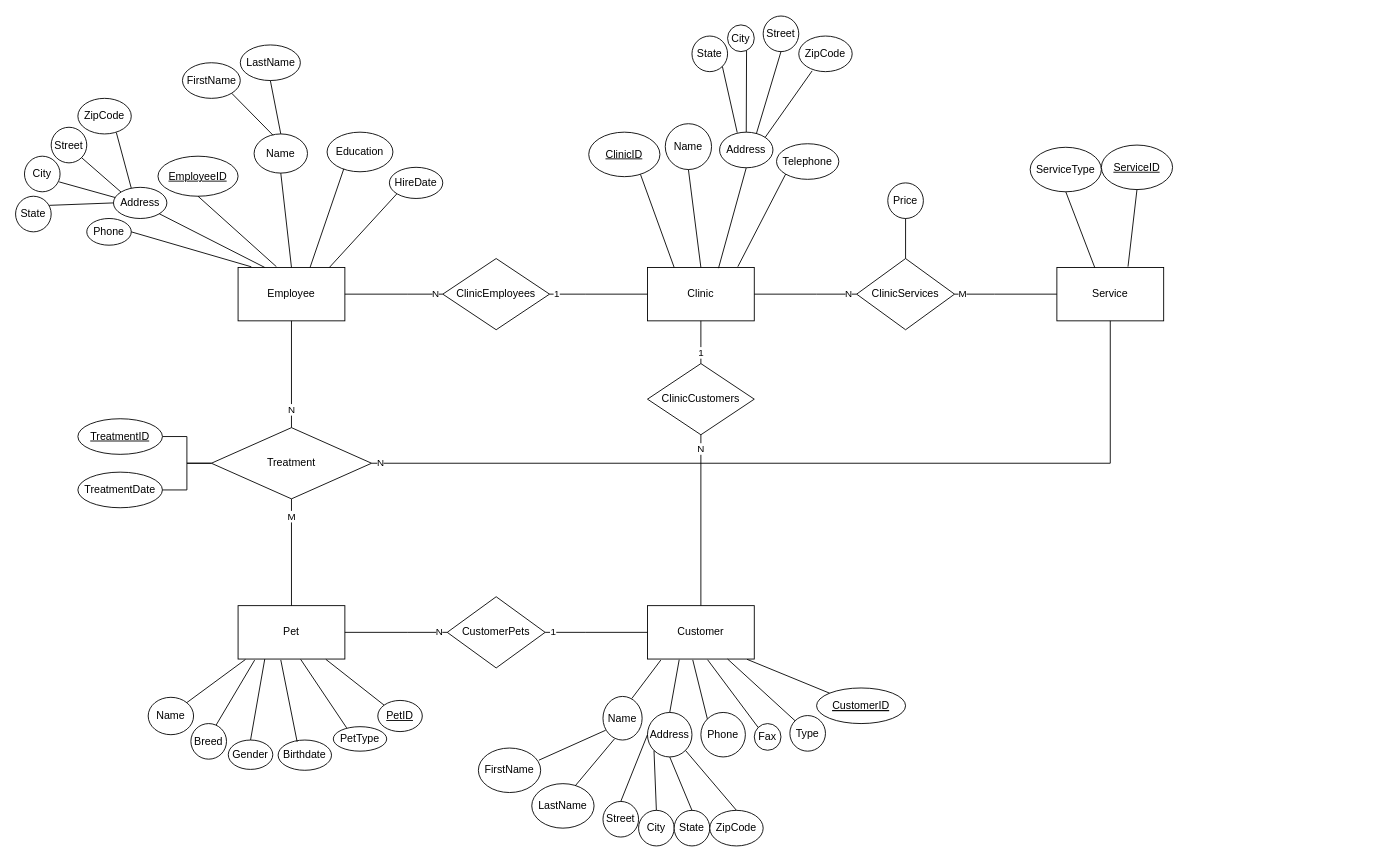
The draw.io diagram Databas_Labb2.drawio in null15/Database_University, before the edit. Source tidied: cells renumbered, new cells numbered last; positions are measured from the earlier drawing's top-left corner, leaving out a move shared by most shapes. Both pictures are drawn from the tidied source at 89%, with x=0, y=0 at pixel (15, 16).
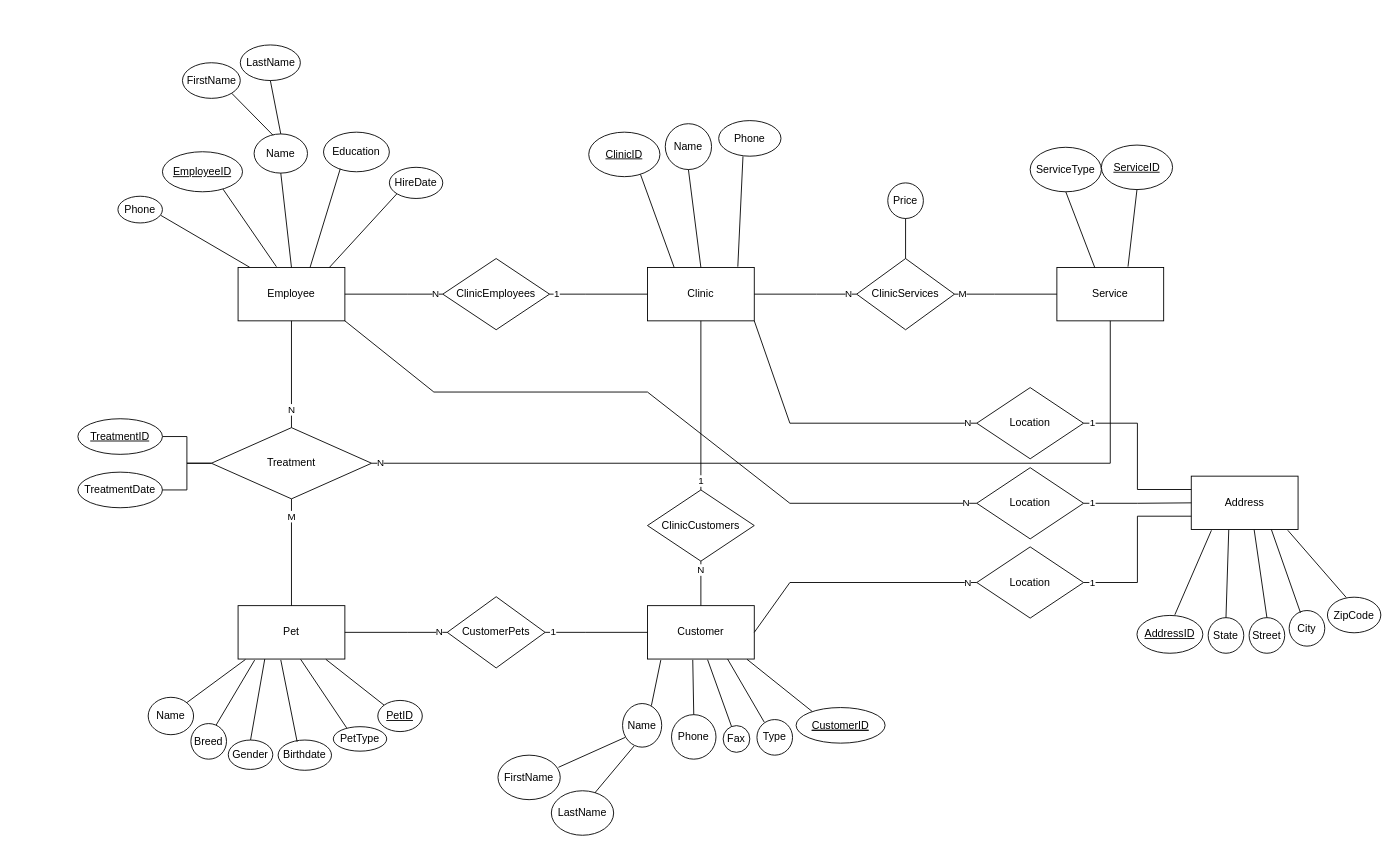
After the change.

The change refers to these unchanged cells:
```xml
<mxCell id="2" value="Customer" style="rounded=0;whiteSpace=wrap;html=1;" parent="1" vertex="1">
  <mxGeometry x="710" y="662" width="120" height="60" as="geometry" />
</mxCell>
<mxCell id="3" value="Clinic" style="rounded=0;whiteSpace=wrap;html=1;" parent="1" vertex="1">
  <mxGeometry x="710" y="282" width="120" height="60" as="geometry" />
</mxCell>
<mxCell id="5" value="Employee" style="rounded=0;whiteSpace=wrap;html=1;" parent="1" vertex="1">
  <mxGeometry x="250" y="282" width="120" height="60" as="geometry" />
</mxCell>
```

Diff of the diagram source:
```diff
@@
     <mxCell id="9" value="ClinicCustomers" style="shape=rhombus;perimeter=rhombusPerimeter;whiteSpace=wrap;html=1;align=center;" parent="1" vertex="1">
-      <mxGeometry x="710" y="390" width="120" height="80" as="geometry" />
+      <mxGeometry x="710" y="532" width="120" height="80" as="geometry" />
     </mxCell>
     <mxCell id="10" value="N" style="endArrow=none;html=1;rounded=0;entryX=0.5;entryY=1;entryDx=0;entryDy=0;exitX=0.5;exitY=0;exitDx=0;exitDy=0;" parent="1" edge="1" source="2" target="9">
-      <mxGeometry x="0.83" relative="1" as="geometry" />
+      <mxGeometry x="0.6" relative="1" as="geometry" />
     </mxCell>
@@
     <mxCell id="20" value="Name" style="ellipse;whiteSpace=wrap;html=1;" parent="1" vertex="1">
-      <mxGeometry x="660" y="764" width="44" height="49" as="geometry" />
+      <mxGeometry x="682" y="772" width="44" height="49" as="geometry" />
     </mxCell>
     <mxCell id="21" value="FirstName" style="ellipse;whiteSpace=wrap;html=1;" parent="1" vertex="1">
-      <mxGeometry x="520" y="822" width="70" height="50" as="geometry" />
+      <mxGeometry x="542" y="830" width="70" height="50" as="geometry" />
     </mxCell>
     <mxCell id="22" value="LastName" style="ellipse;whiteSpace=wrap;html=1;" parent="1" vertex="1">
-      <mxGeometry x="580" y="862" width="70" height="50" as="geometry" />
+      <mxGeometry x="602" y="870" width="70" height="50" as="geometry" />
     </mxCell>
@@
-    <mxCell id="26" value="Address" style="ellipse;whiteSpace=wrap;html=1;" parent="1" vertex="1">
-      <mxGeometry x="710" y="782" width="50" height="50" as="geometry" />
-    </mxCell>
-    <mxCell id="27" style="endArrow=none;html=1;rounded=0;entryX=0.297;entryY=1.013;entryDx=0;entryDy=0;exitX=0.5;exitY=0;exitDx=0;exitDy=0;entryPerimeter=0;" parent="1" edge="1" source="26" target="2">
-      <mxGeometry relative="1" as="geometry" />
-    </mxCell>
     <mxCell id="28" value="Street" style="ellipse;whiteSpace=wrap;html=1;" parent="1" vertex="1">
-      <mxGeometry x="660" y="882" width="40" height="40" as="geometry" />
+      <mxGeometry x="1386" y="675.5" width="40" height="40" as="geometry" />
     </mxCell>
-    <mxCell id="29" style="endArrow=none;html=1;rounded=0;entryX=0;entryY=0.5;entryDx=0;entryDy=0;exitX=0.5;exitY=0;exitDx=0;exitDy=0;" parent="1" edge="1" source="28" target="26">
-      <mxGeometry relative="1" as="geometry" />
-    </mxCell>
     <mxCell id="30" value="City" style="ellipse;whiteSpace=wrap;html=1;" parent="1" vertex="1">
-      <mxGeometry x="700" y="892" width="40" height="40" as="geometry" />
+      <mxGeometry x="1431" y="667.5" width="40" height="40" as="geometry" />
     </mxCell>
     <mxCell id="31" value="State" style="ellipse;whiteSpace=wrap;html=1;" parent="1" vertex="1">
-      <mxGeometry x="740" y="892" width="40" height="40" as="geometry" />
+      <mxGeometry x="1340" y="675.5" width="40" height="40" as="geometry" />
     </mxCell>
     <mxCell id="32" value="ZipCode" style="ellipse;whiteSpace=wrap;html=1;" parent="1" vertex="1">
-      <mxGeometry x="780" y="892" width="60" height="40" as="geometry" />
+      <mxGeometry x="1474" y="652.5" width="60" height="40" as="geometry" />
     </mxCell>
-    <mxCell id="33" style="endArrow=none;html=1;rounded=0;entryX=0;entryY=1;entryDx=0;entryDy=0;exitX=0.5;exitY=0;exitDx=0;exitDy=0;" parent="1" edge="1" source="30" target="26">
-      <mxGeometry relative="1" as="geometry" />
-    </mxCell>
-    <mxCell id="34" style="endArrow=none;html=1;rounded=0;exitX=0.5;exitY=0;exitDx=0;exitDy=0;entryX=0.5;entryY=1;entryDx=0;entryDy=0;" parent="1" edge="1" source="31" target="26">
-      <mxGeometry relative="1" as="geometry" />
-    </mxCell>
-    <mxCell id="35" style="endArrow=none;html=1;rounded=0;entryX=1;entryY=1;entryDx=0;entryDy=0;exitX=0.5;exitY=0;exitDx=0;exitDy=0;" parent="1" edge="1" source="32" target="26">
-      <mxGeometry relative="1" as="geometry" />
-    </mxCell>
     <mxCell id="36" value="Phone" style="ellipse;whiteSpace=wrap;html=1;" parent="1" vertex="1">
-      <mxGeometry x="770" y="782" width="50" height="50" as="geometry" />
+      <mxGeometry x="737" y="784.5" width="50" height="50" as="geometry" />
     </mxCell>
     <mxCell id="37" value="Fax" style="ellipse;whiteSpace=wrap;html=1;" parent="1" vertex="1">
-      <mxGeometry x="830" y="794.5" width="30" height="30" as="geometry" />
+      <mxGeometry x="795" y="796.8" width="30" height="30" as="geometry" />
     </mxCell>
-    <mxCell id="38" style="endArrow=none;html=1;rounded=0;exitX=0;exitY=0;exitDx=0;exitDy=0;entryX=0.424;entryY=1.016;entryDx=0;entryDy=0;entryPerimeter=0;" parent="1" edge="1" source="36" target="2">
+    <mxCell id="38" style="endArrow=none;html=1;rounded=0;exitX=0.5;exitY=0;exitDx=0;exitDy=0;entryX=0.424;entryY=1.016;entryDx=0;entryDy=0;entryPerimeter=0;" parent="1" edge="1" source="36" target="2">
       <mxGeometry relative="1" as="geometry" />
     </mxCell>
-    <mxCell id="39" style="endArrow=none;html=1;rounded=0;exitX=0;exitY=0;exitDx=0;exitDy=0;entryX=0.563;entryY=1.013;entryDx=0;entryDy=0;entryPerimeter=0;" parent="1" edge="1" source="37" target="2">
+    <mxCell id="39" style="endArrow=none;html=1;rounded=0;exitX=0.317;exitY=0.036;exitDx=0;exitDy=0;entryX=0.563;entryY=1.013;entryDx=0;entryDy=0;entryPerimeter=0;exitPerimeter=0;" parent="1" edge="1" source="37" target="2">
       <mxGeometry relative="1" as="geometry" />
     </mxCell>
     <mxCell id="40" value="Type" style="ellipse;whiteSpace=wrap;html=1;" parent="1" vertex="1">
-      <mxGeometry x="870" y="785.5" width="40" height="40" as="geometry" />
+      <mxGeometry x="833" y="790" width="40" height="40" as="geometry" />
     </mxCell>
-    <mxCell id="41" style="endArrow=none;html=1;rounded=0;exitX=0;exitY=0;exitDx=0;exitDy=0;entryX=0.75;entryY=1;entryDx=0;entryDy=0;" parent="1" edge="1" source="40" target="2">
+    <mxCell id="41" style="endArrow=none;html=1;rounded=0;exitX=0.206;exitY=0.074;exitDx=0;exitDy=0;entryX=0.75;entryY=1;entryDx=0;entryDy=0;exitPerimeter=0;" parent="1" edge="1" source="40" target="2">
       <mxGeometry relative="1" as="geometry" />
     </mxCell>
     <mxCell id="42" value="&lt;u&gt;CustomerID&lt;/u&gt;" style="ellipse;whiteSpace=wrap;html=1;fontStyle=4;" parent="1" vertex="1">
-      <mxGeometry x="900" y="754.5" width="100" height="40" as="geometry" />
+      <mxGeometry x="877" y="776.5" width="100" height="40" as="geometry" />
     </mxCell>
-    <mxCell id="43" style="endArrow=none;html=1;rounded=0;exitX=0;exitY=0;exitDx=0;exitDy=0;entryX=0.932;entryY=1.005;entryDx=0;entryDy=0;entryPerimeter=0;" parent="1" edge="1" source="42" target="2">
+    <mxCell id="43" style="endArrow=none;html=1;rounded=0;exitX=0.18;exitY=0.109;exitDx=0;exitDy=0;entryX=0.932;entryY=1.005;entryDx=0;entryDy=0;entryPerimeter=0;exitPerimeter=0;" parent="1" edge="1" source="42" target="2">
       <mxGeometry relative="1" as="geometry" />
     </mxCell>
@@
     <mxCell id="60" value="&lt;u&gt;EmployeeID&lt;/u&gt;" style="ellipse;whiteSpace=wrap;html=1;" parent="1" vertex="1">
-      <mxGeometry x="160" y="157" width="90" height="45" as="geometry" />
+      <mxGeometry x="165" y="152" width="90" height="45" as="geometry" />
     </mxCell>
@@
     <mxCell id="66" value="Education" style="ellipse;whiteSpace=wrap;html=1;" parent="1" vertex="1">
-      <mxGeometry x="350" y="130" width="74" height="44.5" as="geometry" />
+      <mxGeometry x="346" y="130" width="74" height="44.5" as="geometry" />
     </mxCell>
-    <mxCell id="67" value="Address" style="ellipse;whiteSpace=wrap;html=1;" parent="1" vertex="1">
-      <mxGeometry x="110" y="192" width="60" height="35" as="geometry" />
-    </mxCell>
-    <mxCell id="68" value="Street" style="ellipse;whiteSpace=wrap;html=1;" parent="1" vertex="1">
-      <mxGeometry x="40" y="124.5" width="40" height="40" as="geometry" />
-    </mxCell>
-    <mxCell id="69" value="City" style="ellipse;whiteSpace=wrap;html=1;" parent="1" vertex="1">
-      <mxGeometry x="10" y="157" width="40" height="40" as="geometry" />
-    </mxCell>
-    <mxCell id="70" value="State" style="ellipse;whiteSpace=wrap;html=1;" parent="1" vertex="1">
-      <mxGeometry y="202" width="40" height="40" as="geometry" />
-    </mxCell>
-    <mxCell id="71" value="ZipCode" style="ellipse;whiteSpace=wrap;html=1;" parent="1" vertex="1">
-      <mxGeometry x="70" y="92" width="60" height="40" as="geometry" />
-    </mxCell>
-    <mxCell id="72" style="endArrow=none;html=1;rounded=0;entryX=0.72;entryY=0.96;entryDx=0;entryDy=0;exitX=0.333;exitY=0.023;exitDx=0;exitDy=0;exitPerimeter=0;entryPerimeter=0;" parent="1" edge="1" source="67" target="71">
-      <mxGeometry relative="1" as="geometry" />
-    </mxCell>
-    <mxCell id="73" style="endArrow=none;html=1;rounded=0;entryX=1;entryY=1;entryDx=0;entryDy=0;exitX=0;exitY=0;exitDx=0;exitDy=0;" parent="1" edge="1" source="67" target="68">
-      <mxGeometry relative="1" as="geometry" />
-    </mxCell>
-    <mxCell id="74" style="endArrow=none;html=1;rounded=0;entryX=0.974;entryY=0.722;entryDx=0;entryDy=0;exitX=0.029;exitY=0.325;exitDx=0;exitDy=0;entryPerimeter=0;exitPerimeter=0;" parent="1" edge="1" source="67" target="69">
-      <mxGeometry relative="1" as="geometry" />
-    </mxCell>
-    <mxCell id="75" style="endArrow=none;html=1;rounded=0;entryX=0.946;entryY=0.256;entryDx=0;entryDy=0;exitX=0;exitY=0.5;exitDx=0;exitDy=0;entryPerimeter=0;" parent="1" edge="1" source="67" target="70">
-      <mxGeometry relative="1" as="geometry" />
-    </mxCell>
     <mxCell id="76" value="Phone" style="ellipse;whiteSpace=wrap;html=1;" parent="1" vertex="1">
-      <mxGeometry x="80" y="227" width="50" height="30" as="geometry" />
+      <mxGeometry x="115" y="202" width="50" height="30" as="geometry" />
     </mxCell>
-    <mxCell id="77" style="endArrow=none;html=1;rounded=0;entryX=1;entryY=0.5;entryDx=0;entryDy=0;exitX=0.124;exitY=-0.012;exitDx=0;exitDy=0;exitPerimeter=0;" parent="1" edge="1" source="5" target="76">
+    <mxCell id="77" style="endArrow=none;html=1;rounded=0;entryX=0.961;entryY=0.713;entryDx=0;entryDy=0;exitX=0.109;exitY=-0.003;exitDx=0;exitDy=0;exitPerimeter=0;entryPerimeter=0;" parent="1" edge="1" source="5" target="76">
       <mxGeometry relative="1" as="geometry" />
     </mxCell>
-    <mxCell id="78" style="endArrow=none;html=1;rounded=0;entryX=1;entryY=1;entryDx=0;entryDy=0;exitX=0.25;exitY=0;exitDx=0;exitDy=0;" parent="1" edge="1" source="5" target="67">
-      <mxGeometry relative="1" as="geometry" />
-    </mxCell>
-    <mxCell id="79" style="endArrow=none;html=1;rounded=0;entryX=0.5;entryY=1;entryDx=0;entryDy=0;exitX=0.359;exitY=-0.014;exitDx=0;exitDy=0;exitPerimeter=0;" parent="1" edge="1" source="5" target="60">
+    <mxCell id="79" style="endArrow=none;html=1;rounded=0;entryX=0.756;entryY=0.932;entryDx=0;entryDy=0;exitX=0.359;exitY=-0.014;exitDx=0;exitDy=0;exitPerimeter=0;entryPerimeter=0;" parent="1" edge="1" source="5" target="60">
       <mxGeometry relative="1" as="geometry" />
     </mxCell>
@@
-    <mxCell id="87" value="Address" style="ellipse;whiteSpace=wrap;html=1;" parent="1" vertex="1">
-      <mxGeometry x="791" y="130" width="60" height="40" as="geometry" />
-    </mxCell>
-    <mxCell id="88" value="Street" style="ellipse;whiteSpace=wrap;html=1;" parent="1" vertex="1">
-      <mxGeometry x="840" y="-0.5" width="40" height="40" as="geometry" />
-    </mxCell>
-    <mxCell id="89" value="City" style="ellipse;whiteSpace=wrap;html=1;" parent="1" vertex="1">
-      <mxGeometry x="800" y="9.5" width="30" height="30" as="geometry" />
-    </mxCell>
-    <mxCell id="90" value="State" style="ellipse;whiteSpace=wrap;html=1;" parent="1" vertex="1">
-      <mxGeometry x="760" y="22" width="40" height="40" as="geometry" />
-    </mxCell>
-    <mxCell id="91" value="ZipCode" style="ellipse;whiteSpace=wrap;html=1;" parent="1" vertex="1">
-      <mxGeometry x="880" y="22" width="60" height="40" as="geometry" />
-    </mxCell>
-    <mxCell id="92" style="endArrow=none;html=1;rounded=0;entryX=0.25;entryY=0.979;entryDx=0;entryDy=0;exitX=1;exitY=0;exitDx=0;exitDy=0;entryPerimeter=0;" parent="1" edge="1" source="87" target="91">
-      <mxGeometry relative="1" as="geometry" />
-    </mxCell>
-    <mxCell id="93" style="endArrow=none;html=1;rounded=0;entryX=0.5;entryY=1;entryDx=0;entryDy=0;exitX=0.688;exitY=0.049;exitDx=0;exitDy=0;exitPerimeter=0;" parent="1" edge="1" source="87" target="88">
-      <mxGeometry relative="1" as="geometry" />
-    </mxCell>
-    <mxCell id="94" style="endArrow=none;html=1;rounded=0;entryX=0.711;entryY=0.965;entryDx=0;entryDy=0;exitX=0.5;exitY=0;exitDx=0;exitDy=0;entryPerimeter=0;" parent="1" edge="1" source="87" target="89">
-      <mxGeometry relative="1" as="geometry" />
-    </mxCell>
-    <mxCell id="95" style="endArrow=none;html=1;rounded=0;entryX=1;entryY=1;entryDx=0;entryDy=0;exitX=0.331;exitY=0.013;exitDx=0;exitDy=0;exitPerimeter=0;" parent="1" edge="1" source="87" target="90">
-      <mxGeometry relative="1" as="geometry" />
-    </mxCell>
-    <mxCell id="96" value="Telephone" style="ellipse;whiteSpace=wrap;html=1;" parent="1" vertex="1">
-      <mxGeometry x="855" y="143" width="70" height="40" as="geometry" />
+    <mxCell id="96" value="Phone" style="ellipse;whiteSpace=wrap;html=1;" parent="1" vertex="1">
+      <mxGeometry x="790" y="117" width="70" height="40" as="geometry" />
     </mxCell>
@@
-    <mxCell id="99" style="endArrow=none;html=1;rounded=0;entryX=0.5;entryY=1;entryDx=0;entryDy=0;exitX=0.665;exitY=0.014;exitDx=0;exitDy=0;exitPerimeter=0;" parent="1" edge="1" source="3" target="87">
-      <mxGeometry relative="1" as="geometry" />
-    </mxCell>
-    <mxCell id="100" style="endArrow=none;html=1;rounded=0;entryX=0;entryY=1;entryDx=0;entryDy=0;exitX=0.846;exitY=-0.014;exitDx=0;exitDy=0;exitPerimeter=0;" parent="1" edge="1" source="3" target="96">
+    <mxCell id="100" style="endArrow=none;html=1;rounded=0;entryX=0.39;entryY=1.004;entryDx=0;entryDy=0;exitX=0.846;exitY=-0.014;exitDx=0;exitDy=0;exitPerimeter=0;entryPerimeter=0;" parent="1" edge="1" source="3" target="96">
       <mxGeometry relative="1" as="geometry" />
     </mxCell>
@@
     <mxCell id="105" value="1" style="endArrow=none;html=1;rounded=0;entryX=0.5;entryY=1;entryDx=0;entryDy=0;exitX=0.5;exitY=0;exitDx=0;exitDy=0;" parent="1" edge="1" source="9" target="3">
-      <mxGeometry x="-0.5" relative="1" as="geometry" />
+      <mxGeometry x="-0.89" relative="1" as="geometry" />
     </mxCell>
@@
+    <mxCell id="109" value="Address" style="rounded=0;whiteSpace=wrap;html=1;" parent="1" vertex="1">
+      <mxGeometry x="1321" y="516.5" width="120" height="60" as="geometry" />
+    </mxCell>
+    <mxCell id="110" value="&lt;u&gt;AddressID&lt;/u&gt;" style="ellipse;whiteSpace=wrap;html=1;" parent="1" vertex="1">
+      <mxGeometry x="1260" y="673" width="74" height="42.5" as="geometry" />
+    </mxCell>
+    <mxCell id="111" style="endArrow=none;html=1;rounded=0;entryX=0.189;entryY=1.014;entryDx=0;entryDy=0;entryPerimeter=0;exitX=0.575;exitY=-0.018;exitDx=0;exitDy=0;exitPerimeter=0;" parent="1" edge="1" source="110" target="109">
+      <mxGeometry relative="1" as="geometry" />
+    </mxCell>
+    <mxCell id="112" style="endArrow=none;html=1;rounded=0;entryX=0.351;entryY=1.005;entryDx=0;entryDy=0;entryPerimeter=0;exitX=0.5;exitY=0;exitDx=0;exitDy=0;" parent="1" edge="1" source="31" target="109">
+      <mxGeometry relative="1" as="geometry" />
+    </mxCell>
+    <mxCell id="113" style="endArrow=none;html=1;rounded=0;entryX=0.589;entryY=1.005;entryDx=0;entryDy=0;entryPerimeter=0;exitX=0.5;exitY=0;exitDx=0;exitDy=0;" parent="1" edge="1" source="28" target="109">
+      <mxGeometry relative="1" as="geometry" />
+    </mxCell>
+    <mxCell id="114" style="endArrow=none;html=1;rounded=0;entryX=0.75;entryY=1;entryDx=0;entryDy=0;exitX=0.318;exitY=0.061;exitDx=0;exitDy=0;exitPerimeter=0;" parent="1" edge="1" source="30" target="109">
+      <mxGeometry relative="1" as="geometry" />
+    </mxCell>
+    <mxCell id="115" style="endArrow=none;html=1;rounded=0;entryX=0.904;entryY=1.014;entryDx=0;entryDy=0;entryPerimeter=0;exitX=0.352;exitY=0.007;exitDx=0;exitDy=0;exitPerimeter=0;" parent="1" edge="1" source="32" target="109">
+      <mxGeometry relative="1" as="geometry" />
+    </mxCell>
+    <mxCell id="116" value="1" style="edgeStyle=orthogonalEdgeStyle;rounded=0;jettySize=auto;html=1;exitX=1;exitY=0.5;exitDx=0;exitDy=0;entryX=0;entryY=0.5;entryDx=0;entryDy=0;endArrow=none;endFill=0;" parent="1" edge="1" source="117" target="109">
+      <mxGeometry x="-0.84" relative="1" as="geometry" />
+    </mxCell>
+    <mxCell id="117" value="Location" style="shape=rhombus;perimeter=rhombusPerimeter;whiteSpace=wrap;html=1;align=center;" parent="1" vertex="1">
+      <mxGeometry x="1080" y="507" width="120" height="80" as="geometry" />
+    </mxCell>
+    <mxCell id="118" value="1" style="edgeStyle=orthogonalEdgeStyle;rounded=0;jettySize=auto;html=1;exitX=1;exitY=0.5;exitDx=0;exitDy=0;entryX=0;entryY=0.75;entryDx=0;entryDy=0;endArrow=none;endFill=0;" parent="1" edge="1" source="119" target="109">
+      <mxGeometry x="-0.9" relative="1" as="geometry" />
+    </mxCell>
+    <mxCell id="119" value="Location" style="shape=rhombus;perimeter=rhombusPerimeter;whiteSpace=wrap;html=1;align=center;" parent="1" vertex="1">
+      <mxGeometry x="1080" y="596" width="120" height="80" as="geometry" />
+    </mxCell>
+    <mxCell id="120" value="1" style="edgeStyle=orthogonalEdgeStyle;rounded=0;jettySize=auto;html=1;entryX=0;entryY=0.25;entryDx=0;entryDy=0;endArrow=none;endFill=0;" parent="1" edge="1" source="121" target="109">
+      <mxGeometry x="-0.9" relative="1" as="geometry" />
+    </mxCell>
+    <mxCell id="121" value="Location" style="shape=rhombus;perimeter=rhombusPerimeter;whiteSpace=wrap;html=1;align=center;" parent="1" vertex="1">
+      <mxGeometry x="1080" y="417" width="120" height="80" as="geometry" />
+    </mxCell>
+    <mxCell id="122" value="N" style="endArrow=none;html=1;rounded=0;exitX=1;exitY=1;exitDx=0;exitDy=0;entryX=0;entryY=0.5;entryDx=0;entryDy=0;" parent="1" edge="1" source="5" target="117">
+      <mxGeometry x="0.97" relative="1" as="geometry">
+        <Array as="points">
+          <mxPoint x="470" y="422" />
+          <mxPoint x="710" y="422" />
+          <mxPoint x="870" y="547" />
+        </Array>
+      </mxGeometry>
+    </mxCell>
+    <mxCell id="123" value="N" style="endArrow=none;html=1;rounded=0;exitX=1;exitY=1;exitDx=0;exitDy=0;entryX=0;entryY=0.5;entryDx=0;entryDy=0;" parent="1" edge="1" source="3" target="121">
+      <mxGeometry x="0.94" relative="1" as="geometry">
+        <Array as="points">
+          <mxPoint x="870" y="457" />
+        </Array>
+      </mxGeometry>
+    </mxCell>
+    <mxCell id="124" value="N" style="endArrow=none;html=1;rounded=0;exitX=1;exitY=0.5;exitDx=0;exitDy=0;entryX=0;entryY=0.5;entryDx=0;entryDy=0;" parent="1" edge="1" source="2" target="119">
+      <mxGeometry x="0.93" relative="1" as="geometry">
+        <Array as="points">
+          <mxPoint x="870" y="636" />
+        </Array>
+      </mxGeometry>
+    </mxCell>
```
